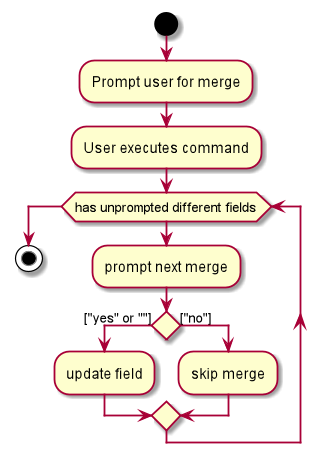
Above: docs/images/MergeActivityDiagram.png in nus-cs2103-AY1920S1/addressbook-level3 (PlantUML), before the change. The source it was exported from:
```plantuml
@startuml
start

:Prompt user for merge;
:User executes command;

while (has unprompted different fields)
    :prompt next merge;
    if () then (["yes" or ""])

    :update field;

    else (["no"])

    :skip merge;

    endif
endwhile
stop
@enduml
```
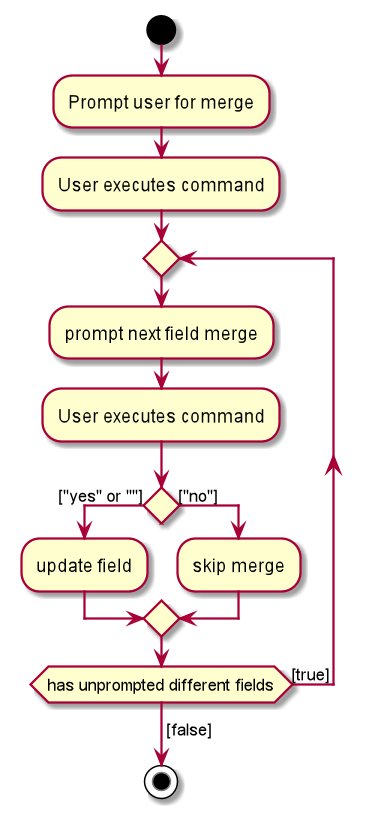
Later version of the same file.

Commit message:
Edit class diagram and activity diagram for merge

Diff of the diagram source:
```diff
@@ -4,8 +4,9 @@
 :Prompt user for merge;
 :User executes command;
 
-while (has unprompted different fields)
-    :prompt next merge;
+repeat
+    :prompt next field merge;
+    :User executes command;
     if () then (["yes" or ""])
 
     :update field;
@@ -15,6 +16,7 @@
     :skip merge;
 
     endif
-endwhile
+repeatwhile (has unprompted different fields) is ([true])
+-> [false];
 stop
 @enduml
```
